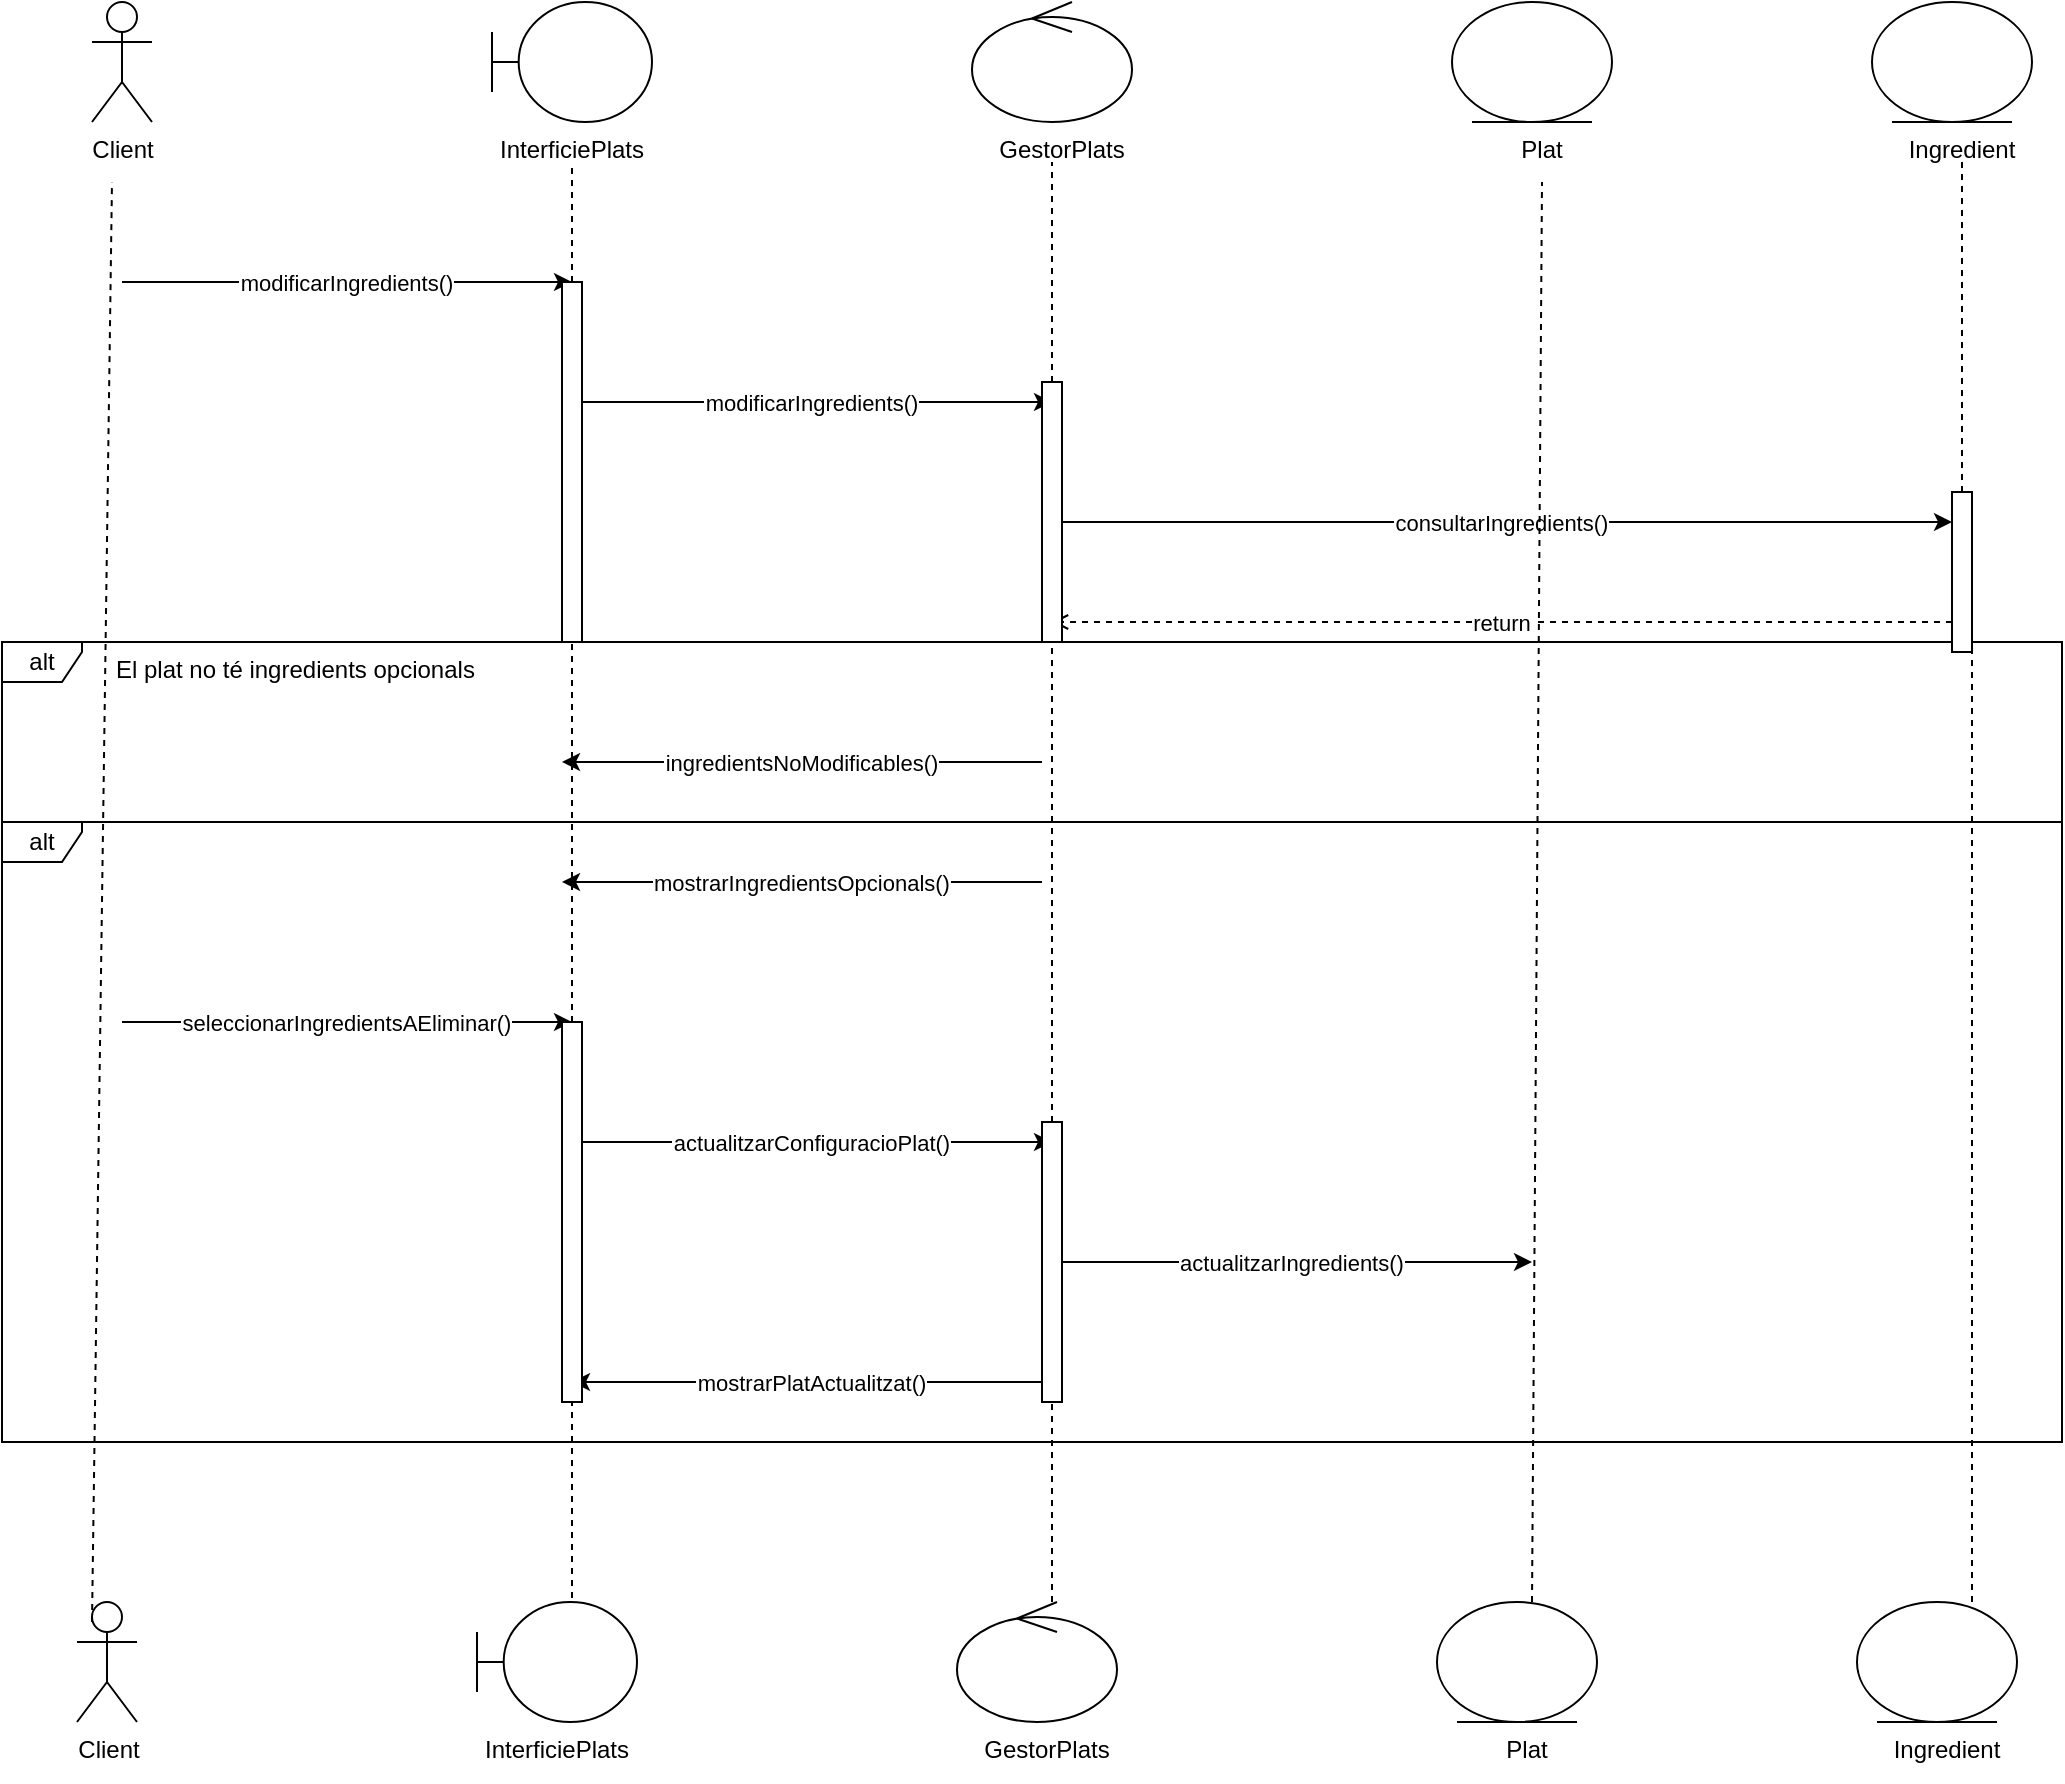
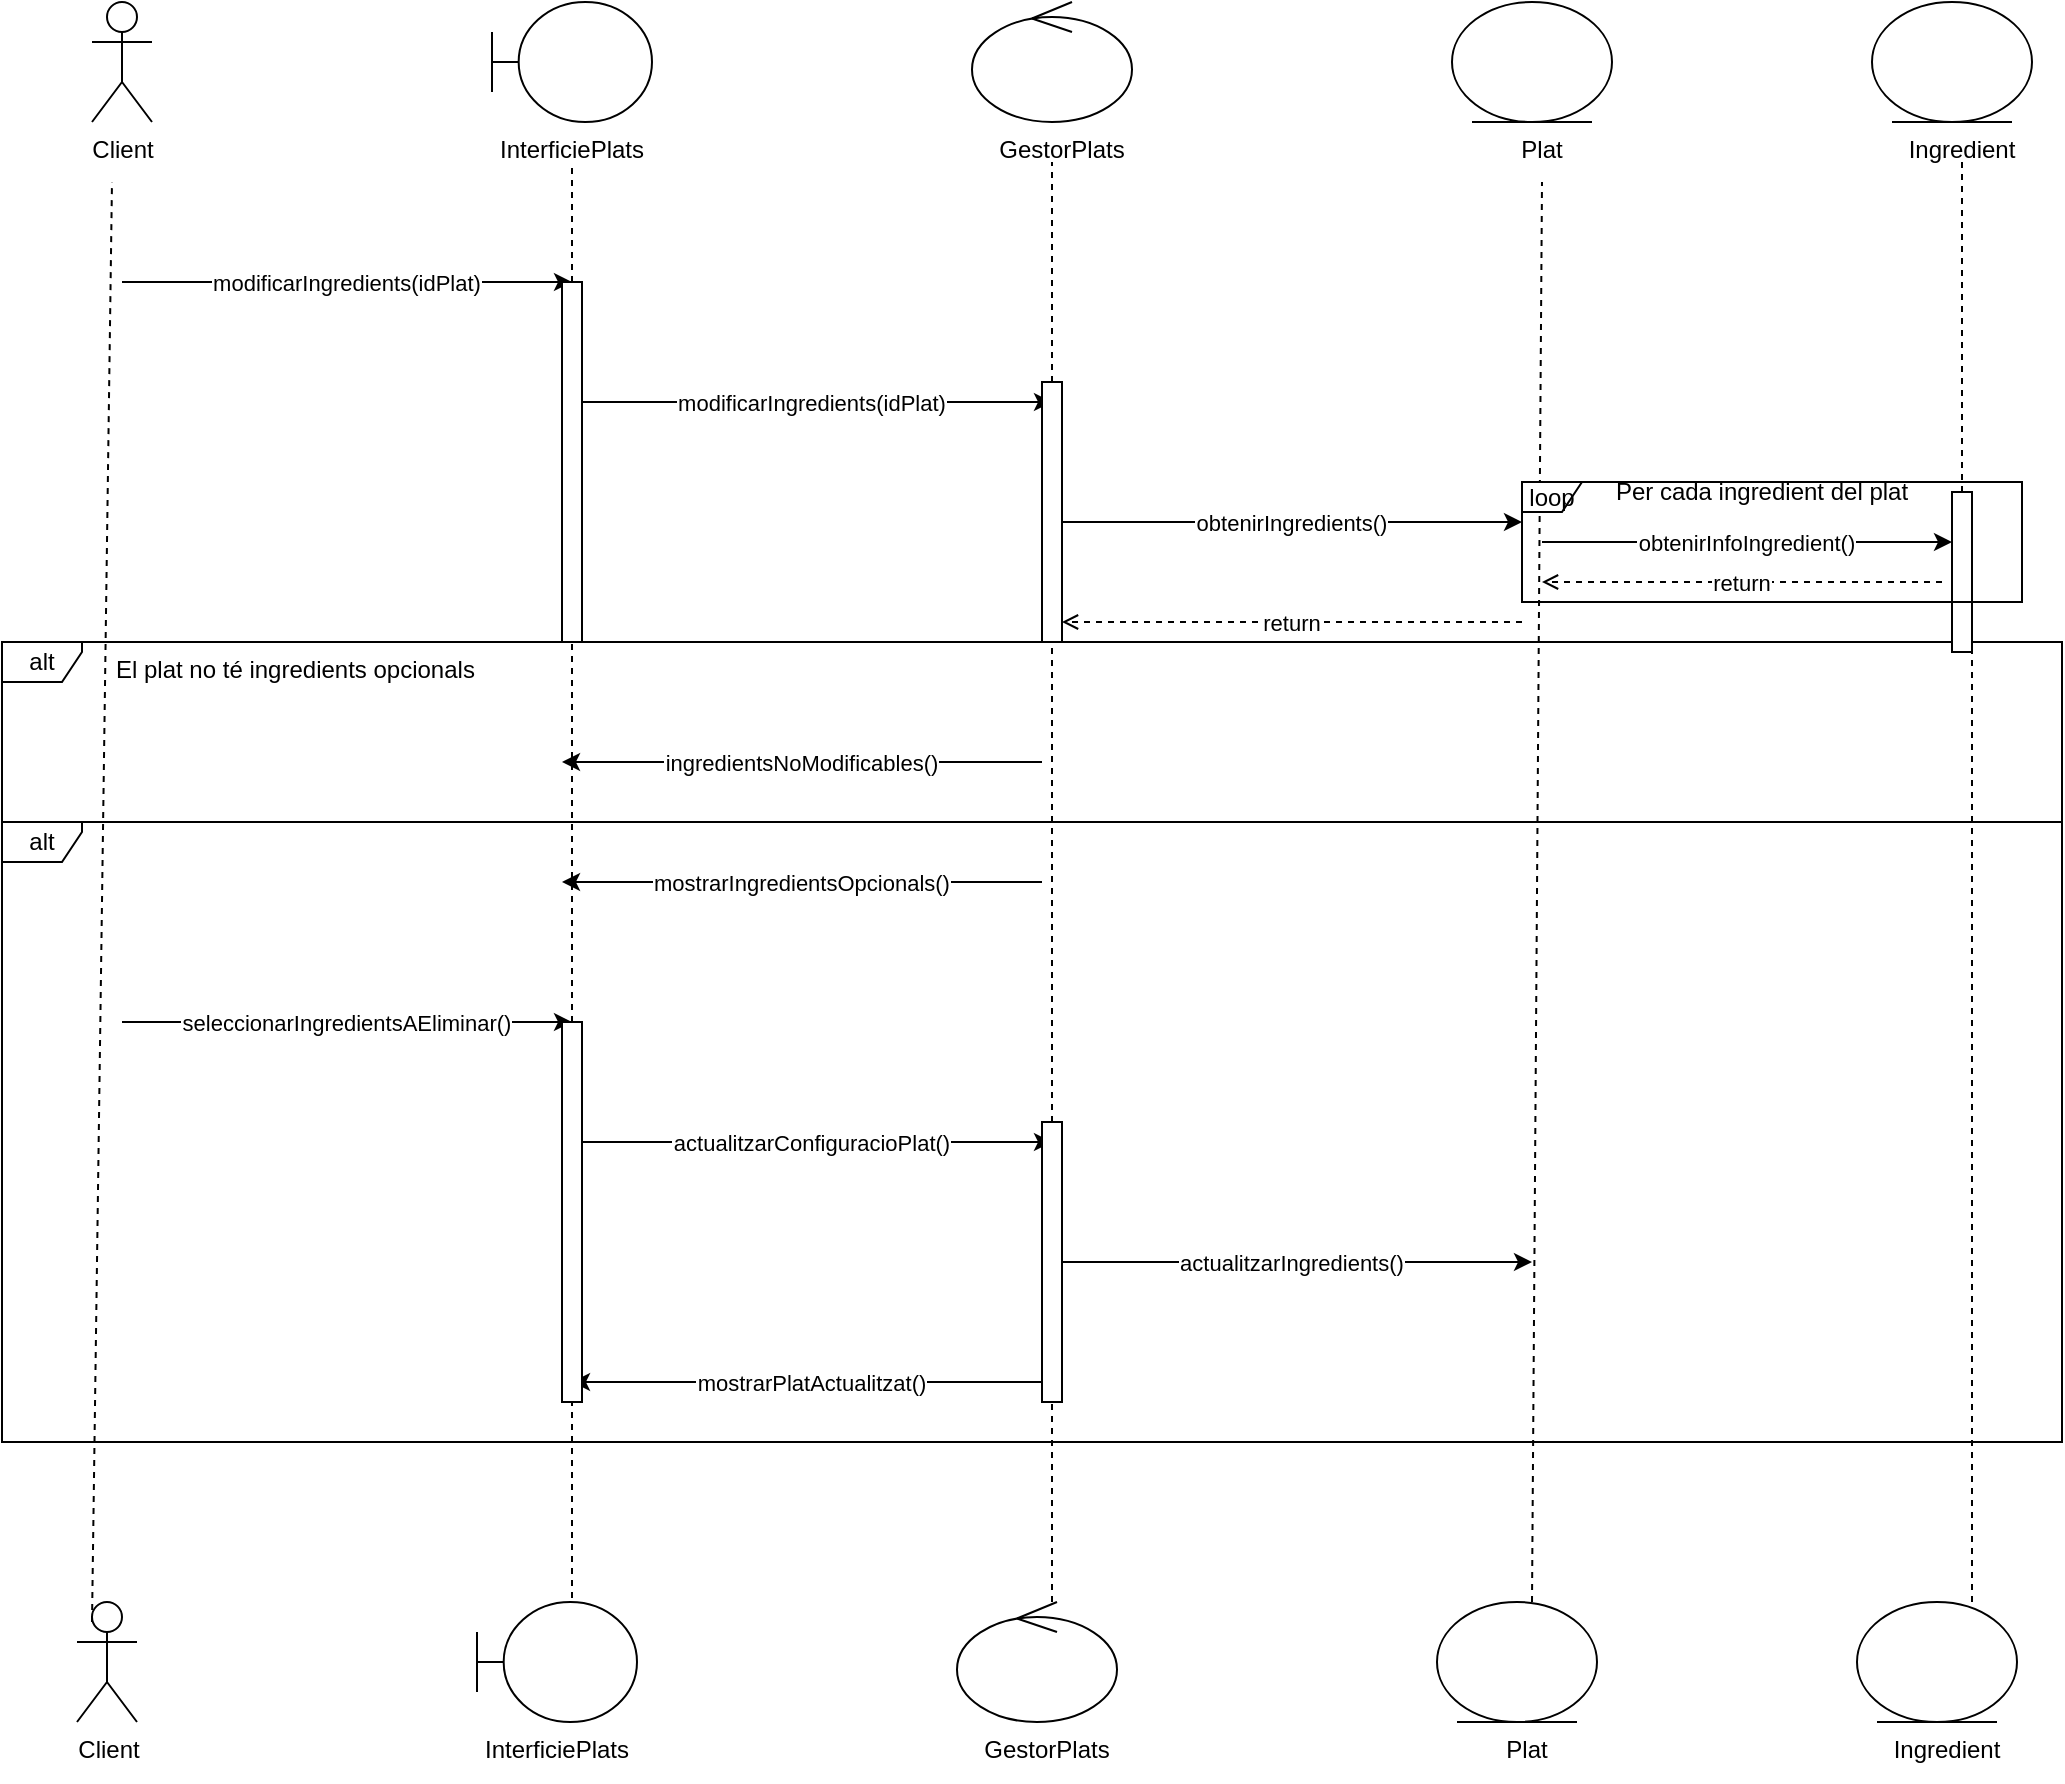
<mxfile host="Electron">
  <diagram name="Página-1" id="modificar_ingredients">
-     <mxGraphModel dx="2165" dy="1413" grid="1" gridSize="10" guides="1" tooltips="1" connect="1" arrows="1" fold="1" page="1" pageScale="1" pageWidth="827" pageHeight="1169" math="0" shadow="0">
+     <mxGraphModel dx="965" dy="572" grid="1" gridSize="10" guides="1" tooltips="1" connect="1" arrows="1" fold="1" page="1" pageScale="1" pageWidth="827" pageHeight="1169" math="0" shadow="0">
      <root>
        <mxCell id="0" />
        <mxCell id="1" parent="0" />
        <mxCell id="client" parent="1" style="shape=umlActor;verticalLabelPosition=bottom;verticalAlign=top;html=1;" value="Client" vertex="1">
          <mxGeometry height="60" width="30" x="80" y="80" as="geometry" />
        </mxCell>
        <mxCell id="interficie" parent="1" style="shape=umlBoundary;html=1;" vertex="1">
          <mxGeometry height="60" width="80" x="280" y="80" as="geometry" />
        </mxCell>
        <mxCell id="txt1" parent="1" style="text;strokeColor=none;fillColor=none;align=center;" value="InterficiePlats" vertex="1">
          <mxGeometry height="30" width="100" x="270" y="140" as="geometry" />
        </mxCell>
        <mxCell id="gestor" parent="1" style="ellipse;shape=umlControl;html=1;" vertex="1">
          <mxGeometry height="60" width="80" x="520" y="80" as="geometry" />
        </mxCell>
        <mxCell id="txt2" parent="1" style="text;strokeColor=none;fillColor=none;align=center;" value="GestorPlats" vertex="1">
          <mxGeometry height="30" width="100" x="515" y="140" as="geometry" />
        </mxCell>
        <mxCell id="plat" parent="1" style="ellipse;shape=umlEntity;html=1;" vertex="1">
          <mxGeometry height="60" width="80" x="760" y="80" as="geometry" />
        </mxCell>
        <mxCell id="txt3" parent="1" style="text;strokeColor=none;fillColor=none;align=center;" value="Plat" vertex="1">
          <mxGeometry height="30" width="100" x="755" y="140" as="geometry" />
        </mxCell>
        <mxCell id="ingredient" parent="1" style="ellipse;shape=umlEntity;html=1;" vertex="1">
          <mxGeometry height="60" width="80" x="970" y="80" as="geometry" />
        </mxCell>
        <mxCell id="txt4" parent="1" style="text;strokeColor=none;fillColor=none;align=center;" value="Ingredient" vertex="1">
          <mxGeometry height="30" width="100" x="965" y="140" as="geometry" />
        </mxCell>
-         <mxCell id="m1" edge="1" parent="1" style="endArrow=classic;" value="modificarIngredients()">
+         <mxCell id="m1" edge="1" parent="1" style="endArrow=classic;" value="modificarIngredients(idPlat)">
          <mxGeometry relative="1" as="geometry">
            <mxPoint x="95" y="220" as="sourcePoint" />
            <mxPoint x="320" y="220" as="targetPoint" />
          </mxGeometry>
        </mxCell>
-         <mxCell id="m2" edge="1" parent="1" style="endArrow=classic;" value="modificarIngredients()">
+         <mxCell id="m2" edge="1" parent="1" style="endArrow=classic;" value="modificarIngredients(idPlat)">
          <mxGeometry relative="1" as="geometry">
            <mxPoint x="320" y="280" as="sourcePoint" />
            <mxPoint x="560" y="280" as="targetPoint" />
-           </mxGeometry>
-         </mxCell>
-         <mxCell id="m3" edge="1" parent="1" style="endArrow=classic;" value="consultarIngredients()">
-           <mxGeometry relative="1" as="geometry">
-             <mxPoint x="560" y="340" as="sourcePoint" />
-             <mxPoint x="1010" y="340" as="targetPoint" />
-           </mxGeometry>
-         </mxCell>
-         <mxCell id="r1" edge="1" parent="1" style="endArrow=open;dashed=1;" value="return">
-           <mxGeometry relative="1" as="geometry">
-             <mxPoint x="1010" y="390" as="sourcePoint" />
-             <mxPoint x="560" y="390" as="targetPoint" />
          </mxGeometry>
        </mxCell>
        <mxCell id="m4" edge="1" parent="1" style="endArrow=classic;" value="mostrarIngredientsOpcionals()">
          <mxGeometry relative="1" as="geometry">
            <mxPoint x="555" y="520" as="sourcePoint" />
            <mxPoint x="315" y="520" as="targetPoint" />
          </mxGeometry>
        </mxCell>
        <mxCell id="m5" edge="1" parent="1" style="endArrow=classic;" value="seleccionarIngredientsAEliminar()">
          <mxGeometry relative="1" as="geometry">
            <mxPoint x="95" y="590" as="sourcePoint" />
            <mxPoint x="320" y="590" as="targetPoint" />
          </mxGeometry>
        </mxCell>
        <mxCell id="m6" edge="1" parent="1" style="endArrow=classic;" value="actualitzarConfiguracioPlat()">
          <mxGeometry relative="1" as="geometry">
            <mxPoint x="320" y="650" as="sourcePoint" />
            <mxPoint x="560" y="650" as="targetPoint" />
          </mxGeometry>
        </mxCell>
        <mxCell id="m7" edge="1" parent="1" style="endArrow=classic;" value="actualitzarIngredients()">
          <mxGeometry relative="1" as="geometry">
            <mxPoint x="560" y="710" as="sourcePoint" />
            <mxPoint x="800" y="710" as="targetPoint" />
          </mxGeometry>
        </mxCell>
        <mxCell id="m8" edge="1" parent="1" style="endArrow=classic;" value="mostrarPlatActualitzat()">
          <mxGeometry relative="1" as="geometry">
            <mxPoint as="offset" />
            <mxPoint x="560" y="770" as="sourcePoint" />
            <mxPoint x="320" y="770" as="targetPoint" />
          </mxGeometry>
        </mxCell>
        <mxCell id="alt" parent="1" style="shape=umlFrame;whiteSpace=wrap;html=1;pointerEvents=0;width=40;height=20;" value="alt" vertex="1">
          <mxGeometry height="90" width="1030" x="35" y="400" as="geometry" />
        </mxCell>
        <mxCell id="txtalt" parent="1" style="text;strokeColor=none;fillColor=none;" value="El plat no té ingredients opcionals" vertex="1">
          <mxGeometry height="30" width="260" x="90" y="400" as="geometry" />
        </mxCell>
        <mxCell id="m10" edge="1" parent="1" style="endArrow=classic;" value="ingredientsNoModificables()">
          <mxGeometry relative="1" as="geometry">
            <mxPoint x="555" y="460" as="sourcePoint" />
            <mxPoint x="315" y="460" as="targetPoint" />
          </mxGeometry>
        </mxCell>
        <mxCell id="ptdlEFuX_PjYXWVGfdRG-1" edge="1" parent="1" style="endArrow=none;dashed=1;html=1;rounded=0;" value="">
          <mxGeometry height="50" relative="1" width="50" as="geometry">
            <mxPoint x="80" y="890" as="sourcePoint" />
            <mxPoint x="90" y="170" as="targetPoint" />
          </mxGeometry>
        </mxCell>
        <mxCell id="ptdlEFuX_PjYXWVGfdRG-2" edge="1" parent="1" source="ptdlEFuX_PjYXWVGfdRG-10" style="endArrow=none;dashed=1;html=1;rounded=0;" value="">
          <mxGeometry height="50" relative="1" width="50" as="geometry">
            <mxPoint x="560" y="880" as="sourcePoint" />
            <mxPoint x="560" y="160" as="targetPoint" />
          </mxGeometry>
        </mxCell>
        <mxCell id="ptdlEFuX_PjYXWVGfdRG-3" edge="1" parent="1" style="endArrow=none;dashed=1;html=1;rounded=0;entryX=0.5;entryY=1;entryDx=0;entryDy=0;" target="txt3" value="">
          <mxGeometry height="50" relative="1" width="50" as="geometry">
            <mxPoint x="800" y="880" as="sourcePoint" />
            <mxPoint x="805" y="160" as="targetPoint" />
          </mxGeometry>
        </mxCell>
        <mxCell id="ptdlEFuX_PjYXWVGfdRG-4" edge="1" parent="1" source="ptdlEFuX_PjYXWVGfdRG-14" style="endArrow=none;dashed=1;html=1;rounded=0;" value="">
          <mxGeometry height="50" relative="1" width="50" as="geometry">
            <mxPoint x="1020" y="880" as="sourcePoint" />
            <mxPoint x="1015" y="160" as="targetPoint" />
          </mxGeometry>
        </mxCell>
        <mxCell id="ptdlEFuX_PjYXWVGfdRG-5" edge="1" parent="1" source="ptdlEFuX_PjYXWVGfdRG-6" style="endArrow=none;dashed=1;html=1;rounded=0;" value="">
          <mxGeometry height="50" relative="1" width="50" as="geometry">
            <mxPoint x="320" y="890" as="sourcePoint" />
            <mxPoint x="320" y="160" as="targetPoint" />
          </mxGeometry>
        </mxCell>
        <mxCell id="ptdlEFuX_PjYXWVGfdRG-7" edge="1" parent="1" style="endArrow=none;dashed=1;html=1;rounded=0;" target="ptdlEFuX_PjYXWVGfdRG-6" value="">
          <mxGeometry height="50" relative="1" width="50" as="geometry">
            <mxPoint x="320" y="590" as="sourcePoint" />
            <mxPoint x="320" y="160" as="targetPoint" />
          </mxGeometry>
        </mxCell>
        <mxCell id="ptdlEFuX_PjYXWVGfdRG-6" parent="1" style="html=1;points=[[0,0,0,0,5],[0,1,0,0,-5],[1,0,0,0,5],[1,1,0,0,-5]];perimeter=orthogonalPerimeter;outlineConnect=0;targetShapes=umlLifeline;portConstraint=eastwest;newEdgeStyle={&quot;curved&quot;:0,&quot;rounded&quot;:0};" value="" vertex="1">
          <mxGeometry height="180" width="10" x="315" y="220" as="geometry" />
        </mxCell>
        <mxCell id="ptdlEFuX_PjYXWVGfdRG-9" edge="1" parent="1" style="endArrow=none;dashed=1;html=1;rounded=0;" target="ptdlEFuX_PjYXWVGfdRG-8" value="">
          <mxGeometry height="50" relative="1" width="50" as="geometry">
            <mxPoint x="320" y="890" as="sourcePoint" />
            <mxPoint x="320" y="460" as="targetPoint" />
          </mxGeometry>
        </mxCell>
        <mxCell id="ptdlEFuX_PjYXWVGfdRG-8" parent="1" style="html=1;points=[[0,0,0,0,5],[0,1,0,0,-5],[1,0,0,0,5],[1,1,0,0,-5]];perimeter=orthogonalPerimeter;outlineConnect=0;targetShapes=umlLifeline;portConstraint=eastwest;newEdgeStyle={&quot;curved&quot;:0,&quot;rounded&quot;:0};" value="" vertex="1">
          <mxGeometry height="190" width="10" x="315" y="590" as="geometry" />
        </mxCell>
        <mxCell id="ptdlEFuX_PjYXWVGfdRG-11" edge="1" parent="1" source="ptdlEFuX_PjYXWVGfdRG-12" style="endArrow=none;dashed=1;html=1;rounded=0;" target="ptdlEFuX_PjYXWVGfdRG-10" value="">
          <mxGeometry height="50" relative="1" width="50" as="geometry">
            <mxPoint x="560" y="880" as="sourcePoint" />
            <mxPoint x="560" y="160" as="targetPoint" />
          </mxGeometry>
        </mxCell>
        <mxCell id="ptdlEFuX_PjYXWVGfdRG-10" parent="1" style="html=1;points=[[0,0,0,0,5],[0,1,0,0,-5],[1,0,0,0,5],[1,1,0,0,-5]];perimeter=orthogonalPerimeter;outlineConnect=0;targetShapes=umlLifeline;portConstraint=eastwest;newEdgeStyle={&quot;curved&quot;:0,&quot;rounded&quot;:0};" value="" vertex="1">
          <mxGeometry height="130" width="10" x="555" y="270" as="geometry" />
        </mxCell>
        <mxCell id="ptdlEFuX_PjYXWVGfdRG-13" edge="1" parent="1" style="endArrow=none;dashed=1;html=1;rounded=0;" target="ptdlEFuX_PjYXWVGfdRG-12" value="">
          <mxGeometry height="50" relative="1" width="50" as="geometry">
            <mxPoint x="560" y="880" as="sourcePoint" />
            <mxPoint x="560" y="450" as="targetPoint" />
          </mxGeometry>
        </mxCell>
        <mxCell id="ptdlEFuX_PjYXWVGfdRG-12" parent="1" style="html=1;points=[[0,0,0,0,5],[0,1,0,0,-5],[1,0,0,0,5],[1,1,0,0,-5]];perimeter=orthogonalPerimeter;outlineConnect=0;targetShapes=umlLifeline;portConstraint=eastwest;newEdgeStyle={&quot;curved&quot;:0,&quot;rounded&quot;:0};" value="" vertex="1">
          <mxGeometry height="140" width="10" x="555" y="640" as="geometry" />
        </mxCell>
        <mxCell id="ptdlEFuX_PjYXWVGfdRG-15" edge="1" parent="1" style="endArrow=none;dashed=1;html=1;rounded=0;" target="ptdlEFuX_PjYXWVGfdRG-14" value="">
          <mxGeometry height="50" relative="1" width="50" as="geometry">
            <mxPoint x="1020" y="880" as="sourcePoint" />
            <mxPoint x="1015" y="160" as="targetPoint" />
          </mxGeometry>
        </mxCell>
        <mxCell id="ptdlEFuX_PjYXWVGfdRG-14" parent="1" style="html=1;points=[[0,0,0,0,5],[0,1,0,0,-5],[1,0,0,0,5],[1,1,0,0,-5]];perimeter=orthogonalPerimeter;outlineConnect=0;targetShapes=umlLifeline;portConstraint=eastwest;newEdgeStyle={&quot;curved&quot;:0,&quot;rounded&quot;:0};" value="" vertex="1">
          <mxGeometry height="80" width="10" x="1010" y="325" as="geometry" />
        </mxCell>
        <mxCell id="ptdlEFuX_PjYXWVGfdRG-18" parent="1" style="shape=umlFrame;whiteSpace=wrap;html=1;pointerEvents=0;width=40;height=20;" value="alt" vertex="1">
          <mxGeometry height="310" width="1030" x="35" y="490" as="geometry" />
        </mxCell>
        <mxCell id="ptdlEFuX_PjYXWVGfdRG-19" parent="1" style="shape=umlActor;verticalLabelPosition=bottom;verticalAlign=top;html=1;" value="Client" vertex="1">
          <mxGeometry height="60" width="30" x="72.5" y="880" as="geometry" />
        </mxCell>
        <mxCell id="ptdlEFuX_PjYXWVGfdRG-20" parent="1" style="shape=umlBoundary;html=1;" vertex="1">
          <mxGeometry height="60" width="80" x="272.5" y="880" as="geometry" />
        </mxCell>
        <mxCell id="ptdlEFuX_PjYXWVGfdRG-21" parent="1" style="text;strokeColor=none;fillColor=none;align=center;" value="InterficiePlats" vertex="1">
          <mxGeometry height="30" width="100" x="262.5" y="940" as="geometry" />
        </mxCell>
        <mxCell id="ptdlEFuX_PjYXWVGfdRG-22" parent="1" style="ellipse;shape=umlControl;html=1;" vertex="1">
          <mxGeometry height="60" width="80" x="512.5" y="880" as="geometry" />
        </mxCell>
        <mxCell id="ptdlEFuX_PjYXWVGfdRG-23" parent="1" style="text;strokeColor=none;fillColor=none;align=center;" value="GestorPlats" vertex="1">
          <mxGeometry height="30" width="100" x="507.5" y="940" as="geometry" />
        </mxCell>
        <mxCell id="ptdlEFuX_PjYXWVGfdRG-24" parent="1" style="ellipse;shape=umlEntity;html=1;" vertex="1">
          <mxGeometry height="60" width="80" x="752.5" y="880" as="geometry" />
        </mxCell>
        <mxCell id="ptdlEFuX_PjYXWVGfdRG-25" parent="1" style="text;strokeColor=none;fillColor=none;align=center;" value="Plat" vertex="1">
          <mxGeometry height="30" width="100" x="747.5" y="940" as="geometry" />
        </mxCell>
        <mxCell id="ptdlEFuX_PjYXWVGfdRG-26" parent="1" style="ellipse;shape=umlEntity;html=1;" vertex="1">
          <mxGeometry height="60" width="80" x="962.5" y="880" as="geometry" />
        </mxCell>
        <mxCell id="ptdlEFuX_PjYXWVGfdRG-27" parent="1" style="text;strokeColor=none;fillColor=none;align=center;" value="Ingredient" vertex="1">
          <mxGeometry height="30" width="100" x="957.5" y="940" as="geometry" />
+         </mxCell>
+         <mxCell id="U01CNFvUgmpndb2hwiCg-8" edge="1" parent="1" style="endArrow=classic;" value="obtenirIngredients()">
+           <mxGeometry relative="1" as="geometry">
+             <mxPoint x="565" y="340" as="sourcePoint" />
+             <mxPoint x="795" y="340" as="targetPoint" />
+           </mxGeometry>
+         </mxCell>
+         <mxCell id="U01CNFvUgmpndb2hwiCg-9" edge="1" parent="1" style="endArrow=open;dashed=1;" value="return">
+           <mxGeometry relative="1" as="geometry">
+             <mxPoint x="795" y="390" as="sourcePoint" />
+             <mxPoint x="565" y="390" as="targetPoint" />
+           </mxGeometry>
+         </mxCell>
+         <mxCell id="U01CNFvUgmpndb2hwiCg-10" parent="1" style="shape=umlFrame;whiteSpace=wrap;html=1;pointerEvents=0;width=30;height=15;" value="loop" vertex="1">
+           <mxGeometry height="60" width="250" x="795" y="320" as="geometry" />
+         </mxCell>
+         <mxCell id="U01CNFvUgmpndb2hwiCg-11" parent="1" style="text;html=1;whiteSpace=wrap;strokeColor=none;fillColor=none;align=center;verticalAlign=middle;rounded=0;" value="Per cada ingredient del plat" vertex="1">
+           <mxGeometry height="10" width="180" x="825" y="320" as="geometry" />
+         </mxCell>
+         <mxCell id="U01CNFvUgmpndb2hwiCg-20" edge="1" parent="1" style="endArrow=classic;" target="ptdlEFuX_PjYXWVGfdRG-14" value="obtenirInfoIngredient()">
+           <mxGeometry relative="1" as="geometry">
+             <mxPoint x="805" y="350" as="sourcePoint" />
+             <mxPoint x="1005" y="350" as="targetPoint" />
+           </mxGeometry>
+         </mxCell>
+         <mxCell id="U01CNFvUgmpndb2hwiCg-21" edge="1" parent="1" style="endArrow=open;dashed=1;" value="return">
+           <mxGeometry relative="1" as="geometry">
+             <mxPoint x="1005" y="370" as="sourcePoint" />
+             <mxPoint x="805" y="370" as="targetPoint" />
+           </mxGeometry>
        </mxCell>
      </root>
    </mxGraphModel>
  </diagram>
</mxfile>
